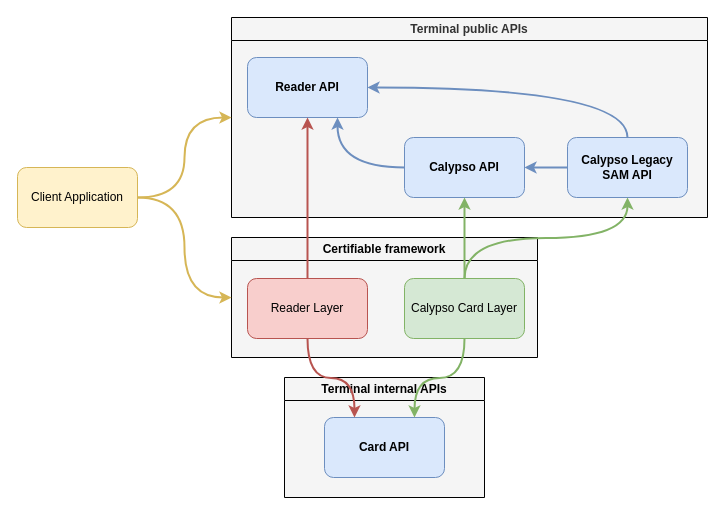
calypsonet/calypsonet-terminal-api-website keeps this draw.io diagram as static/media/uml/apis_dependencies_overview.drawio. Above is the earlier version. Source tidied: cells renumbered, new cells numbered last; positions are measured from the earlier drawing's top-left corner, leaving out a move shared by most shapes. Both pictures are drawn from the tidied source at 100%, with x=0, y=0 at pixel (17, 17).
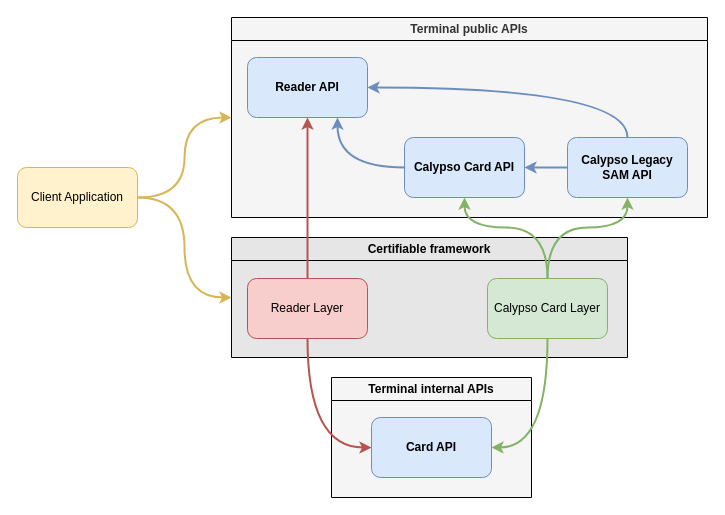
The same page after the edit.

Unchanged cells that the change refers to:
```xml
<mxCell id="2" value="Terminal public APIs" style="swimlane;whiteSpace=wrap;html=1;fillColor=#f5f5f5;fontColor=#333333;strokeColor=#000000;fillStyle=auto;swimlaneFillColor=#F5F5F5;" parent="1" vertex="1">
  <mxGeometry x="214" width="476" height="200" as="geometry" />
</mxCell>
<mxCell id="6" value="Calypso Legacy SAM API" style="rounded=1;whiteSpace=wrap;html=1;fillColor=#dae8fc;strokeColor=#6c8ebf;fontStyle=1;" parent="2" vertex="1">
  <mxGeometry x="336" y="120" width="120" height="60" as="geometry" />
</mxCell>
<mxCell id="10" value="Card API" style="rounded=1;whiteSpace=wrap;html=1;fillColor=#dae8fc;strokeColor=#6c8ebf;fontStyle=1;" parent="9" vertex="1">
  <mxGeometry x="40" y="40" width="120" height="60" as="geometry" />
</mxCell>
<mxCell id="12" value="Reader Layer" style="rounded=1;whiteSpace=wrap;html=1;fillColor=#f8cecc;strokeColor=#b85450;" parent="11" vertex="1">
  <mxGeometry x="16" y="41" width="120" height="60" as="geometry" />
</mxCell>
```

Change to the diagram source:
```diff
@@
-    <mxCell id="8" value="Calypso API" style="rounded=1;whiteSpace=wrap;html=1;fillColor=#dae8fc;strokeColor=#6c8ebf;fontStyle=1;" parent="2" vertex="1">
+    <mxCell id="8" value="Calypso Card API" style="rounded=1;whiteSpace=wrap;html=1;fillColor=#dae8fc;strokeColor=#6c8ebf;fontStyle=1;" parent="2" vertex="1">
       <mxGeometry x="173" y="120" width="120" height="60" as="geometry" />
     </mxCell>
     <mxCell id="9" value="Terminal internal APIs" style="swimlane;whiteSpace=wrap;html=1;fillColor=#F5F5F5;swimlaneFillColor=#F5F5F5;" parent="1" vertex="1">
-      <mxGeometry x="267" y="360" width="200" height="120" as="geometry" />
+      <mxGeometry x="314" y="360" width="200" height="120" as="geometry" />
     </mxCell>
@@
-    <mxCell id="11" value="Certifiable framework" style="swimlane;whiteSpace=wrap;html=1;fillColor=#F5F5F5;swimlaneFillColor=#F5F5F5;" parent="1" vertex="1">
-      <mxGeometry x="214" y="220" width="306" height="120" as="geometry" />
+    <mxCell id="11" value="Certifiable framework" style="swimlane;whiteSpace=wrap;html=1;fillColor=#E6E6E6;swimlaneFillColor=#E6E6E6;" parent="1" vertex="1">
+      <mxGeometry x="214" y="220" width="396" height="120" as="geometry" />
     </mxCell>
@@
     <mxCell id="13" value="Calypso Card Layer" style="rounded=1;whiteSpace=wrap;html=1;fillColor=#d5e8d4;strokeColor=#82b366;" parent="11" vertex="1">
-      <mxGeometry x="173" y="41" width="120" height="60" as="geometry" />
+      <mxGeometry x="256" y="41" width="120" height="60" as="geometry" />
     </mxCell>
@@
-    <mxCell id="17" style="edgeStyle=orthogonalEdgeStyle;jettySize=auto;html=1;entryX=0.25;entryY=0;entryDx=0;entryDy=0;curved=1;fillColor=#f8cecc;strokeColor=#b85450;strokeWidth=2;" parent="1" edge="1" source="12" target="10">
+    <mxCell id="17" style="edgeStyle=orthogonalEdgeStyle;jettySize=auto;html=1;entryX=0;entryY=0.5;entryDx=0;entryDy=0;curved=1;fillColor=#f8cecc;strokeColor=#b85450;strokeWidth=2;exitX=0.5;exitY=1;exitDx=0;exitDy=0;" parent="1" edge="1" source="12" target="10">
       <mxGeometry relative="1" as="geometry" />
     </mxCell>
-    <mxCell id="18" style="edgeStyle=orthogonalEdgeStyle;jettySize=auto;html=1;entryX=0.75;entryY=0;entryDx=0;entryDy=0;exitX=0.5;exitY=1;exitDx=0;exitDy=0;curved=1;fillColor=#d5e8d4;strokeColor=#82b366;strokeWidth=2;" parent="1" edge="1" source="13" target="10">
+    <mxCell id="18" style="edgeStyle=orthogonalEdgeStyle;jettySize=auto;html=1;entryX=1;entryY=0.5;entryDx=0;entryDy=0;exitX=0.5;exitY=1;exitDx=0;exitDy=0;curved=1;fillColor=#d5e8d4;strokeColor=#82b366;strokeWidth=2;" parent="1" edge="1" source="13" target="10">
       <mxGeometry relative="1" as="geometry" />
     </mxCell>
@@
-    <mxCell id="20" style="edgeStyle=orthogonalEdgeStyle;rounded=0;jettySize=auto;html=1;entryX=0.5;entryY=1;entryDx=0;entryDy=0;fillColor=#d5e8d4;strokeColor=#82b366;strokeWidth=2;" parent="1" edge="1" source="13" target="8">
-      <mxGeometry relative="1" as="geometry" />
+    <mxCell id="20" style="edgeStyle=orthogonalEdgeStyle;rounded=0;jettySize=auto;html=1;entryX=0.5;entryY=1;entryDx=0;entryDy=0;fillColor=#d5e8d4;strokeColor=#82b366;strokeWidth=2;curved=1;" parent="1" edge="1" source="13" target="8">
+      <mxGeometry relative="1" as="geometry">
+        <Array as="points">
+          <mxPoint x="530" y="210" />
+          <mxPoint x="447" y="210" />
+        </Array>
+      </mxGeometry>
     </mxCell>
     <mxCell id="21" style="edgeStyle=orthogonalEdgeStyle;jettySize=auto;html=1;entryX=0.5;entryY=1;entryDx=0;entryDy=0;exitX=0.5;exitY=0;exitDx=0;exitDy=0;curved=1;fillColor=#d5e8d4;strokeColor=#82b366;strokeWidth=2;" parent="1" edge="1" source="13" target="6">
-      <mxGeometry relative="1" as="geometry" />
+      <mxGeometry relative="1" as="geometry">
+        <Array as="points">
+          <mxPoint x="530" y="210" />
+          <mxPoint x="610" y="210" />
+        </Array>
+      </mxGeometry>
     </mxCell>
```
